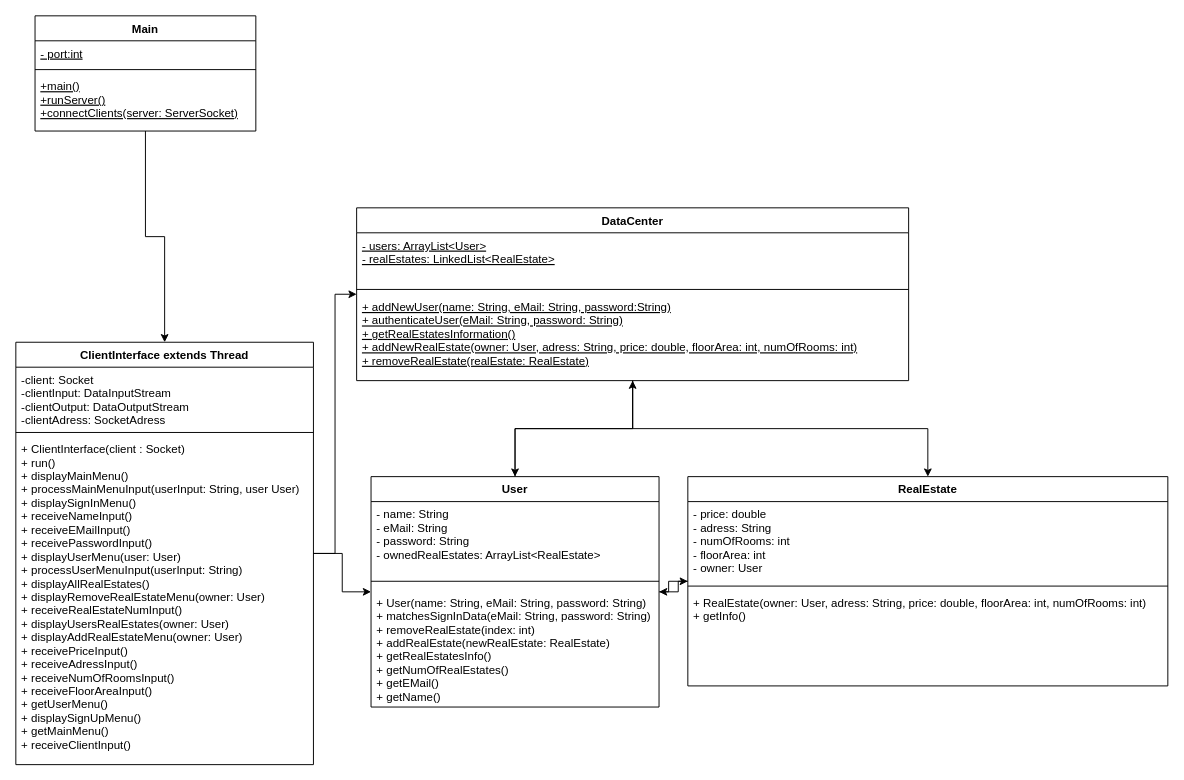
This is KlassendiagrammServer.drawio from FabioKron/Online-Immobilienportal, a draw.io file, before an edit. Source tidied: cells renumbered, new cells numbered last; positions are measured from the earlier drawing's top-left corner, leaving out a move shared by most shapes. Both pictures are drawn from the tidied source at 96%, with x=0, y=0 at pixel (15, 15).
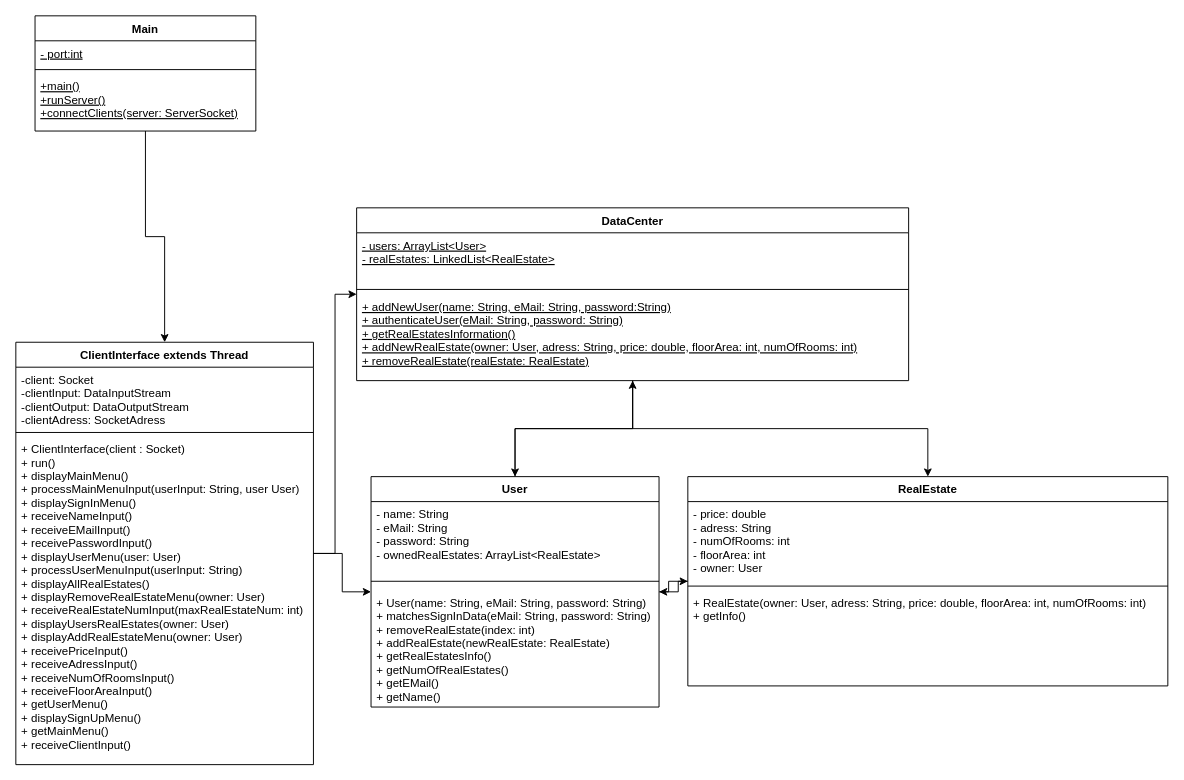
The same diagram, later.

Commit message (it also covers changes not shown here):
Hinzufügen eines fehlenden Parameters im Klassendiagramm des Servers

Hinzufügen des Parameters maxRealEstateNum der Methode receiveRealEstateNumInput der Klasse ClientInterface

The change refers to these unchanged cells:
```xml
<mxCell id="9" value="ClientInterface extends Thread" style="swimlane;fontStyle=1;align=center;verticalAlign=top;horizontal=1;startSize=26;" parent="1" vertex="1">
  <mxGeometry y="340" width="310" height="440" as="geometry" />
</mxCell>
```

Change to the diagram source:
```diff
@@
-    <mxCell id="12" value="+ ClientInterface(client : Socket)&#10;+ run()&#10;+ displayMainMenu()&#10;+ processMainMenuInput(userInput: String, user User)&#10;+ displaySignInMenu()&#10;+ receiveNameInput()&#10;+ receiveEMailInput()&#10;+ receivePasswordInput()&#10;+ displayUserMenu(user: User)&#10;+ processUserMenuInput(userInput: String)&#10;+ displayAllRealEstates()&#10;+ displayRemoveRealEstateMenu(owner: User)&#10;+ receiveRealEstateNumInput()&#10;+ displayUsersRealEstates(owner: User)&#10;+ displayAddRealEstateMenu(owner: User)&#10;+ receivePriceInput()&#10;+ receiveAdressInput()&#10;+ receiveNumOfRoomsInput()&#10;+ receiveFloorAreaInput()&#10;+ getUserMenu()&#10;+ displaySignUpMenu()&#10;+ getMainMenu()&#10;+ receiveClientInput()&#10;" style="text;strokeColor=none;fillColor=none;align=left;verticalAlign=top;spacingLeft=4;spacingRight=4;overflow=hidden;" parent="9" vertex="1">
+    <mxCell id="12" value="+ ClientInterface(client : Socket)&#10;+ run()&#10;+ displayMainMenu()&#10;+ processMainMenuInput(userInput: String, user User)&#10;+ displaySignInMenu()&#10;+ receiveNameInput()&#10;+ receiveEMailInput()&#10;+ receivePasswordInput()&#10;+ displayUserMenu(user: User)&#10;+ processUserMenuInput(userInput: String)&#10;+ displayAllRealEstates()&#10;+ displayRemoveRealEstateMenu(owner: User)&#10;+ receiveRealEstateNumInput(maxRealEstateNum: int)&#10;+ displayUsersRealEstates(owner: User)&#10;+ displayAddRealEstateMenu(owner: User)&#10;+ receivePriceInput()&#10;+ receiveAdressInput()&#10;+ receiveNumOfRoomsInput()&#10;+ receiveFloorAreaInput()&#10;+ getUserMenu()&#10;+ displaySignUpMenu()&#10;+ getMainMenu()&#10;+ receiveClientInput()&#10;" style="text;strokeColor=none;fillColor=none;align=left;verticalAlign=top;spacingLeft=4;spacingRight=4;overflow=hidden;" parent="9" vertex="1">
       <mxGeometry y="98" width="310" height="342" as="geometry" />
     </mxCell>
```
